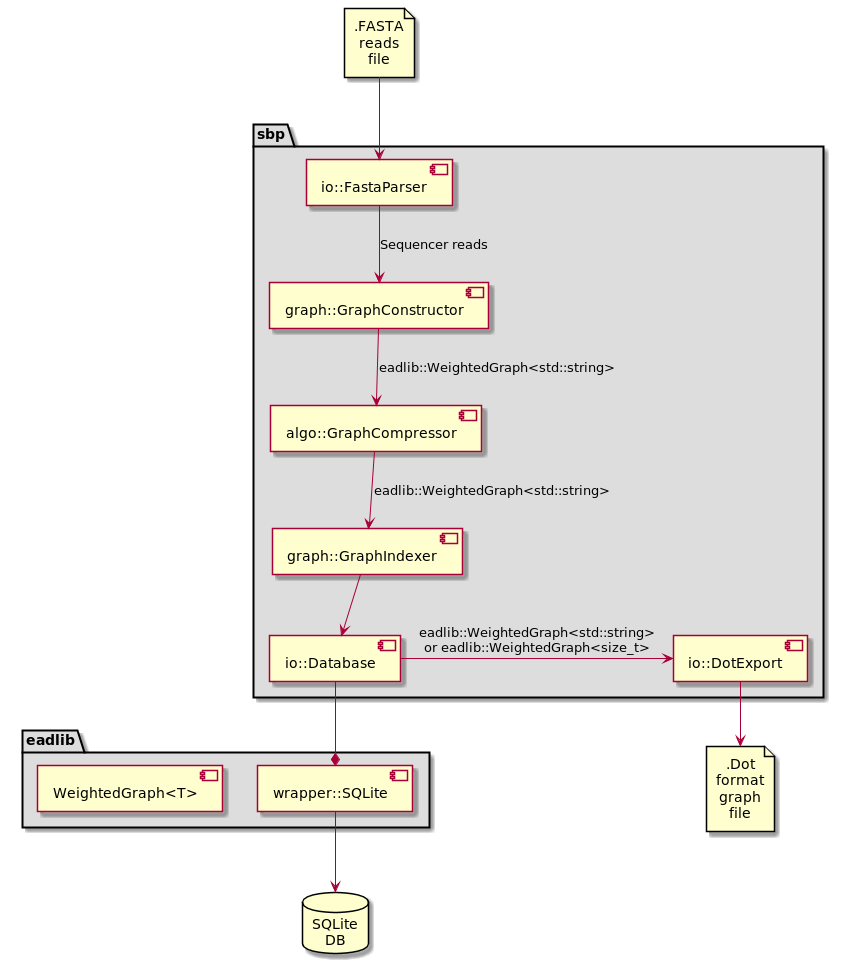
Earlier version of the PlantUML export docs/resources/uml/basic_pipeline.png (An7ar35/superbubble_performance).
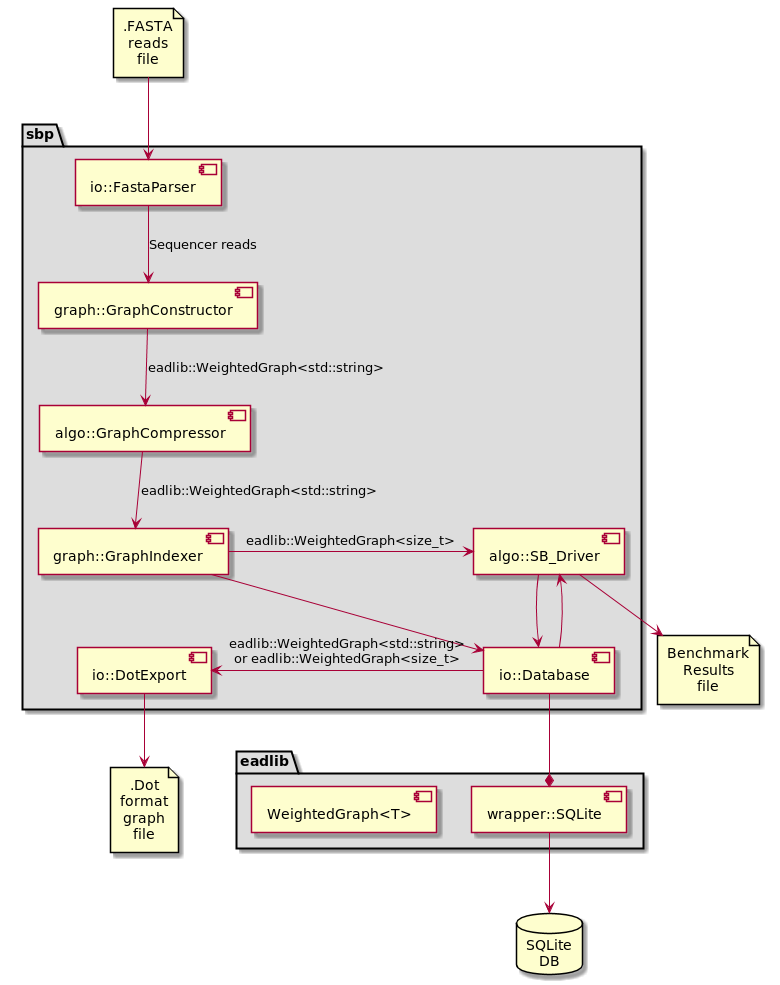
After the commit.

Change to the diagram source:
```diff
@@ -13,20 +13,26 @@
     [graph::GraphConstructor]
     [graph::GraphIndexer]
     [algo::GraphCompressor]
+    [algo::SB_Driver]
 }
 
 database "SQLite\nDB" as DB
 file ".FASTA\nreads\nfile" as FASTA
 file ".Dot\nformat\ngraph\nfile" as DOT
+file "Benchmark\nResults\nfile" as BENCHMARK
 
 FASTA -down-> [io::FastaParser]
 [io::FastaParser] -down-> [graph::GraphConstructor]  : "Sequencer reads"
 [graph::GraphConstructor] -down-> [algo::GraphCompressor] : [eadlib::WeightedGraph<std::string>]
 [algo::GraphCompressor] -down-> [graph::GraphIndexer] : [eadlib::WeightedGraph<std::string>]
 [graph::GraphIndexer] -down-> [io::Database]
-[io::Database] -* [wrapper::SQLite]
-[io::Database] -> [io::DotExport] : eadlib::WeightedGraph<std::string>\nor eadlib::WeightedGraph<size_t>
+[graph::GraphIndexer] -> [algo::SB_Driver] : eadlib::WeightedGraph<size_t>
+[io::Database] -down-> [algo::SB_Driver]
+[io::Database] -down-* [wrapper::SQLite]
+[io::Database] -left-> [io::DotExport] : eadlib::WeightedGraph<std::string>\nor eadlib::WeightedGraph<size_t>
 [wrapper::SQLite] -down-> DB
-[io::DotExport] -right-> DOT
+[io::DotExport] -down-> DOT
+[algo::SB_Driver] -right-> BENCHMARK
+[algo::SB_Driver] -down-> [io::Database]
 
 @enduml
```
